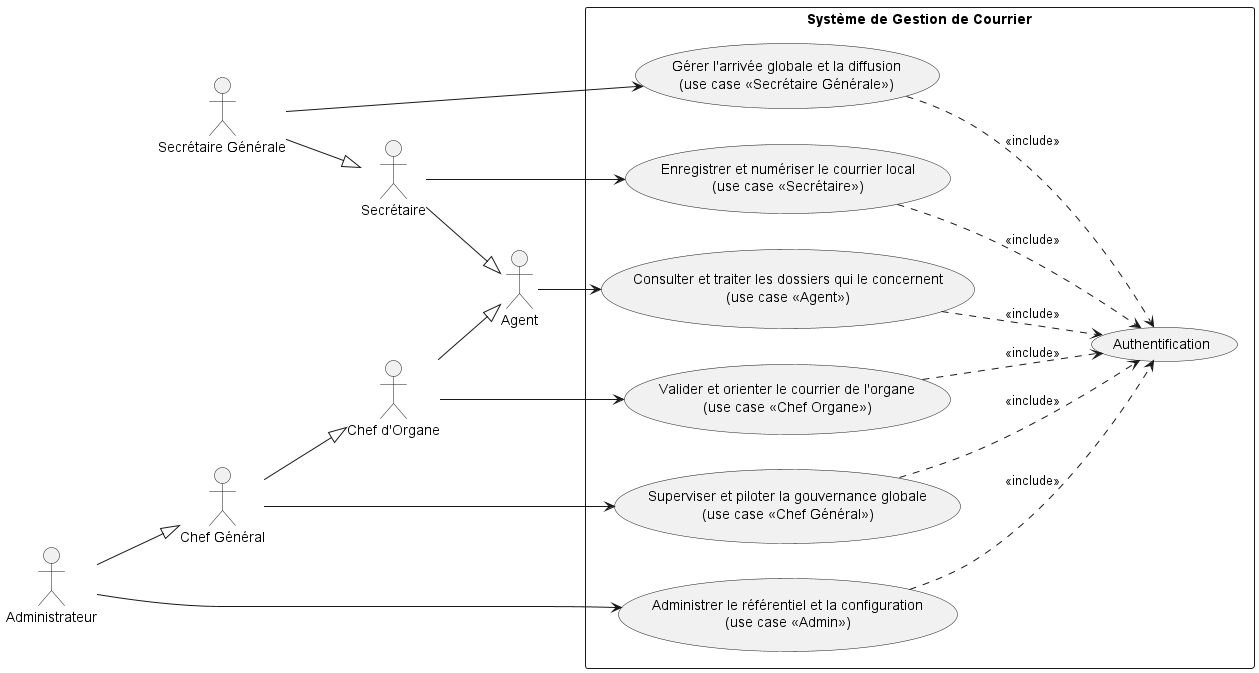
islemhdd/courier keeps this PlantUML diagram as out/diagrams/usecases/puml/usecase_global/usecase_global.png. Above is the earlier version. The source it was exported from:
```plantuml
@startuml usecase_global
left to right direction
skinparam shadowing false


actor "Agent" as Agent
actor "Secrétaire" as Sec
actor "Secrétaire Générale" as SG
actor "Chef d'Organe" as CO
actor "Chef Général" as CG
actor "Administrateur" as Admin

Sec --|> Agent
CO --|> Agent
Admin --|> CG

SG --|> Sec
CG --|> CO


rectangle "Système de Gestion de Courrier" {

    usecase "Authentification" as Auth

    usecase "Consulter et traiter les dossiers qui le concernent\n(use case <<Agent>>)" as UCA

    usecase "Enregistrer et numériser le courrier local\n(use case <<Secrétaire>>)" as UCS

    usecase "Gérer l'arrivée globale et la diffusion\n(use case <<Secrétaire Générale>>)" as UCSG

    usecase "Valider et orienter le courrier de l'organe\n(use case <<Chef Organe>>)" as UCO

    usecase "Superviser et piloter la gouvernance globale\n(use case <<Chef Général>>)" as UCG

    usecase "Administrer le référentiel et la configuration\n(use case <<Admin>>)" as UCAd
}


Agent --> UCA
Sec --> UCS
SG --> UCSG
CO --> UCO
CG --> UCG
Admin --> UCAd


UCA ..> Auth : <<include>>
UCS ..> Auth : <<include>>
UCSG ..> Auth : <<include>>
UCO ..> Auth : <<include>>
UCG ..> Auth : <<include>>
UCAd ..> Auth : <<include>>

@enduml
```
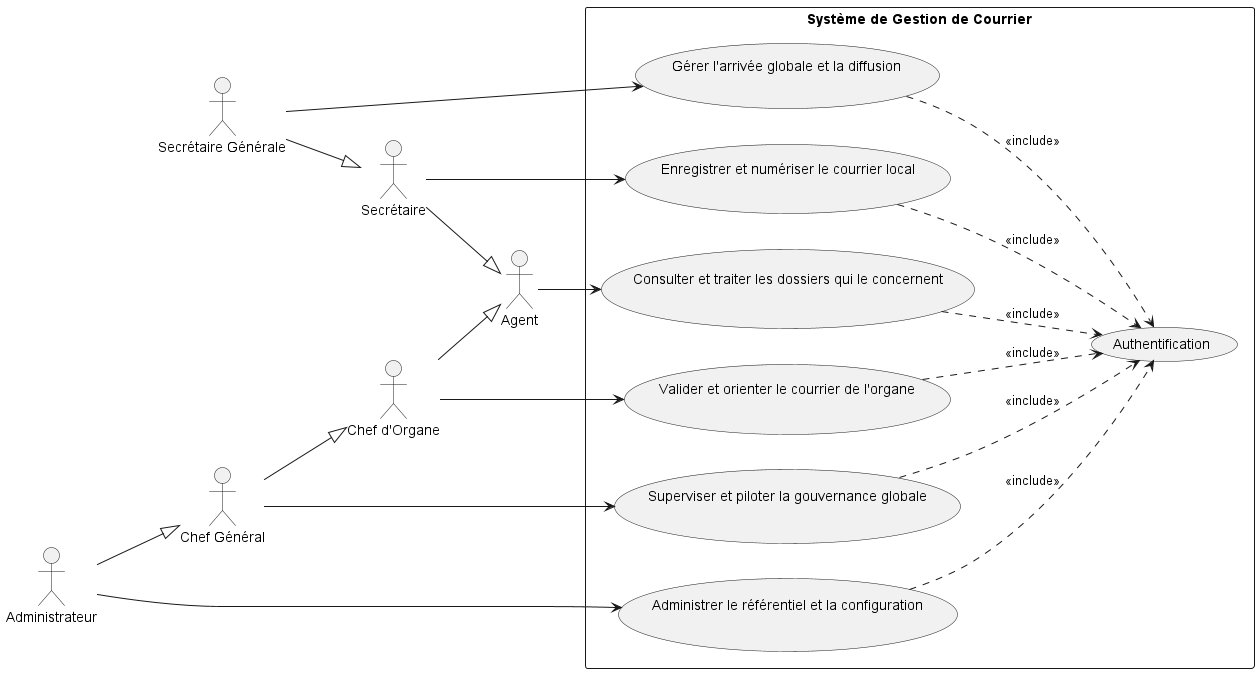
Later version of the same file.

The edit, as a diff of the source:
```diff
@@ -22,17 +22,17 @@
 
     usecase "Authentification" as Auth
 
-    usecase "Consulter et traiter les dossiers qui le concernent\n(use case <<Agent>>)" as UCA
+    usecase "Consulter et traiter les dossiers qui le concernent\n" as UCA
 
-    usecase "Enregistrer et numériser le courrier local\n(use case <<Secrétaire>>)" as UCS
+    usecase "Enregistrer et numériser le courrier local\n" as UCS
 
-    usecase "Gérer l'arrivée globale et la diffusion\n(use case <<Secrétaire Générale>>)" as UCSG
+    usecase "Gérer l'arrivée globale et la diffusion\n" as UCSG
 
-    usecase "Valider et orienter le courrier de l'organe\n(use case <<Chef Organe>>)" as UCO
+    usecase "Valider et orienter le courrier de l'organe\n" as UCO
 
-    usecase "Superviser et piloter la gouvernance globale\n(use case <<Chef Général>>)" as UCG
+    usecase "Superviser et piloter la gouvernance globale\n" as UCG
 
-    usecase "Administrer le référentiel et la configuration\n(use case <<Admin>>)" as UCAd
+    usecase "Administrer le référentiel et la configuration\n" as UCAd
 }
 
 
```
